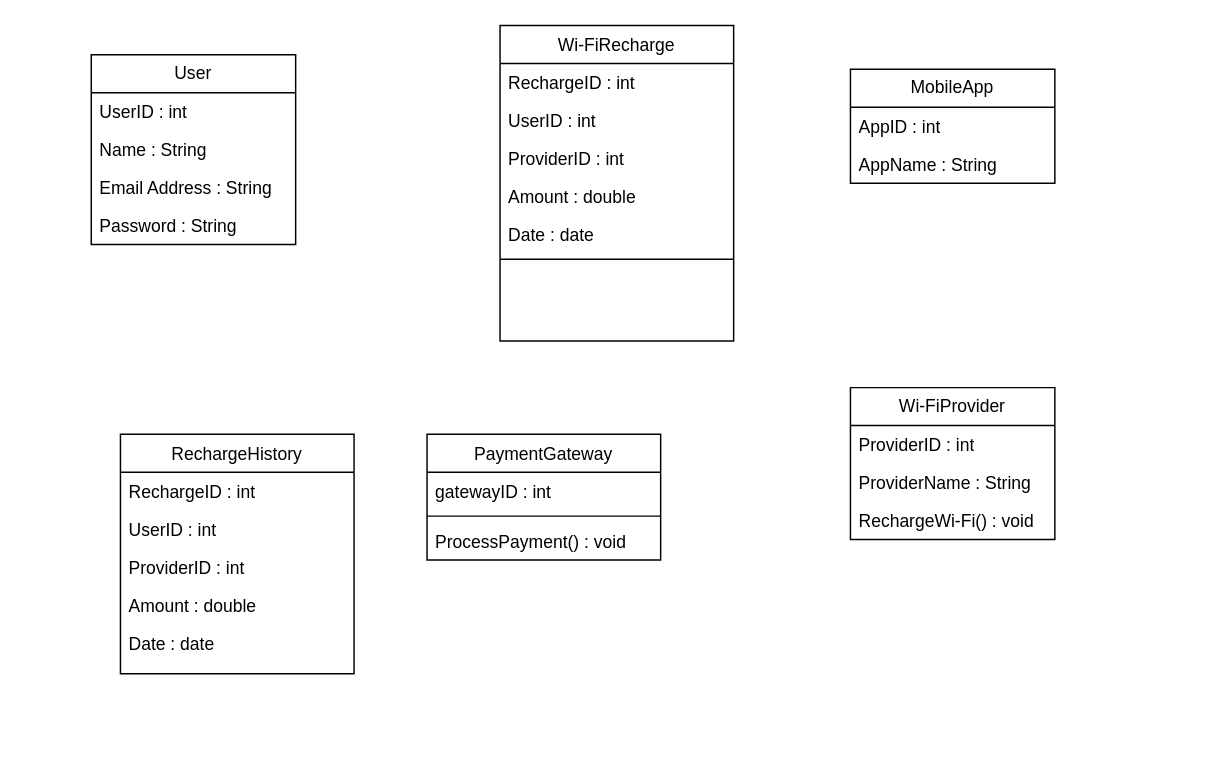
Earlier version of the draw.io diagram Diagramme sans nom.drawio (LeloKarma/website). Source tidied: cells renumbered, new cells numbered last; positions are measured from the earlier drawing's top-left corner, leaving out a move shared by most shapes. Both pictures are drawn from the tidied source at 146%, with x=0, y=0 at pixel (91, 25).
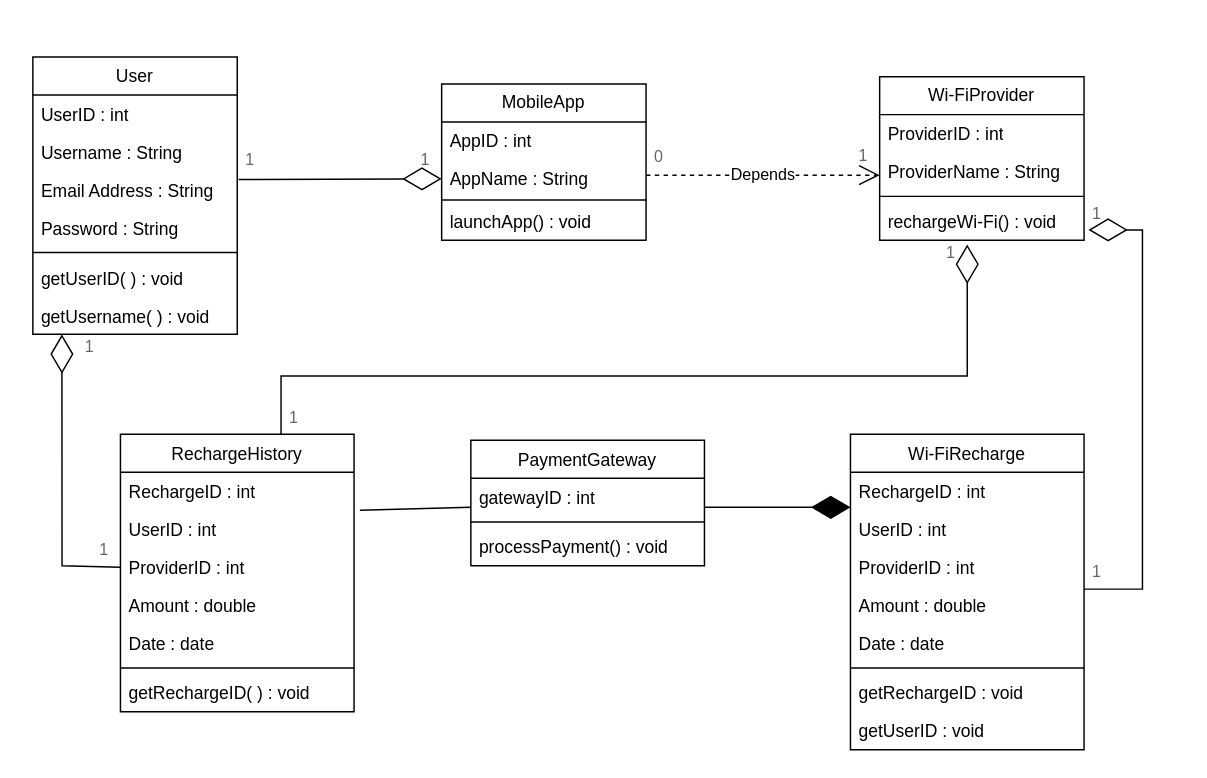
Above is the later version.

The change refers to these unchanged cells:
```xml
<mxCell id="4" value="UserID : int" style="text;align=left;verticalAlign=top;spacingLeft=4;spacingRight=4;overflow=hidden;points=[[0,0.5],[1,0.5]];portConstraint=eastwest;rounded=0;shadow=0;html=0;" parent="2" vertex="1">
  <mxGeometry y="52" width="160" height="26" as="geometry" />
</mxCell>
<mxCell id="5" value="ProviderID : int" style="text;align=left;verticalAlign=top;spacingLeft=4;spacingRight=4;overflow=hidden;points=[[0,0.5],[1,0.5]];portConstraint=eastwest;rounded=0;shadow=0;html=0;" parent="2" vertex="1">
  <mxGeometry y="78" width="160" height="26" as="geometry" />
</mxCell>
<mxCell id="26" value="AppName : String" style="text;strokeColor=none;fillColor=none;align=left;verticalAlign=top;spacingLeft=4;spacingRight=4;overflow=hidden;points=[[0,0.5],[1,0.5]];portConstraint=eastwest;whiteSpace=wrap;html=1;" parent="24" vertex="1">
  <mxGeometry y="52" width="140" height="26" as="geometry" />
</mxCell>
<mxCell id="29" value="ProviderName : String" style="text;strokeColor=none;fillColor=none;align=left;verticalAlign=top;spacingLeft=4;spacingRight=4;overflow=hidden;points=[[0,0.5],[1,0.5]];portConstraint=eastwest;whiteSpace=wrap;html=1;" parent="27" vertex="1">
  <mxGeometry y="52" width="140" height="26" as="geometry" />
</mxCell>
```

Change to the diagram source:
```diff
@@
     <mxCell id="2" value="RechargeHistory" style="swimlane;fontStyle=0;align=center;verticalAlign=top;horizontal=1;startSize=26;rounded=0;shadow=0;strokeWidth=1;" parent="1" vertex="1">
-      <mxGeometry x="20" y="280" width="160" height="164" as="geometry" />
+      <mxGeometry x="20" y="280" width="160" height="190" as="geometry" />
     </mxCell>
@@
+    <mxCell id="31" style="line;strokeWidth=1;fillColor=none;align=left;verticalAlign=middle;spacingTop=-1;spacingLeft=3;spacingRight=3;labelPosition=right;strokeColor=inherit;" parent="2" vertex="1">
+      <mxGeometry y="156" width="160" height="8" as="geometry" />
+    </mxCell>
+    <mxCell id="32" value="getRechargeID( ) : void" style="text;align=left;verticalAlign=top;spacingLeft=4;spacingRight=4;overflow=hidden;rounded=0;shadow=0;html=0;" parent="2" vertex="1">
+      <mxGeometry y="164" width="160" height="26" as="geometry" />
+    </mxCell>
     <mxCell id="8" value="PaymentGateway" style="swimlane;fontStyle=0;align=center;verticalAlign=top;horizontal=1;startSize=26;rounded=0;shadow=0;strokeWidth=1;" parent="1" vertex="1">
-      <mxGeometry x="230" y="280" width="160" height="86" as="geometry" />
+      <mxGeometry x="260" y="284" width="160" height="86" as="geometry" />
     </mxCell>
@@
-    <mxCell id="11" value="ProcessPayment() : void" style="text;align=left;verticalAlign=top;spacingLeft=4;spacingRight=4;overflow=hidden;" parent="8" vertex="1">
+    <mxCell id="11" value="processPayment() : void" style="text;align=left;verticalAlign=top;spacingLeft=4;spacingRight=4;overflow=hidden;" parent="8" vertex="1">
       <mxGeometry y="60" width="160" height="26" as="geometry" />
     </mxCell>
     <mxCell id="12" value="Wi-FiRecharge" style="swimlane;fontStyle=0;align=center;verticalAlign=top;horizontal=1;startSize=26;rounded=0;shadow=0;strokeWidth=1;" parent="1" vertex="1">
-      <mxGeometry x="280" width="160" height="216" as="geometry" />
+      <mxGeometry x="520" y="280" width="160" height="216" as="geometry" />
     </mxCell>
@@
+    <mxCell id="33" value="getRechargeID : void" style="text;align=left;verticalAlign=top;spacingLeft=4;spacingRight=4;overflow=hidden;" parent="12" vertex="1">
+      <mxGeometry y="164" width="160" height="26" as="geometry" />
+    </mxCell>
+    <mxCell id="34" value="getUserID : void" style="text;align=left;verticalAlign=top;spacingLeft=4;spacingRight=4;overflow=hidden;" parent="12" vertex="1">
+      <mxGeometry y="190" width="160" height="26" as="geometry" />
+    </mxCell>
     <mxCell id="19" value="User" style="swimlane;fontStyle=0;horizontal=1;startSize=26;fillColor=none;whiteSpace=wrap;html=1;" parent="1" vertex="1">
-      <mxGeometry y="20" width="140" height="130" as="geometry" />
+      <mxGeometry x="-40" y="21.5" width="140" height="190" as="geometry" />
     </mxCell>
@@
-    <mxCell id="21" value="Name : String" style="text;strokeColor=none;fillColor=none;align=left;verticalAlign=top;spacingLeft=4;spacingRight=4;overflow=hidden;whiteSpace=wrap;html=1;" parent="19" vertex="1">
+    <mxCell id="21" value="Username : String" style="text;strokeColor=none;fillColor=none;align=left;verticalAlign=top;spacingLeft=4;spacingRight=4;overflow=hidden;whiteSpace=wrap;html=1;" parent="19" vertex="1">
       <mxGeometry y="52" width="140" height="26" as="geometry" />
     </mxCell>
@@
+    <mxCell id="35" style="line;strokeWidth=1;fillColor=none;align=left;verticalAlign=middle;spacingTop=-1;spacingLeft=3;spacingRight=3;labelPosition=right;strokeColor=inherit;" parent="19" vertex="1">
+      <mxGeometry y="130" width="140" height="8" as="geometry" />
+    </mxCell>
+    <mxCell id="36" value="getUserID( ) : void" style="text;strokeColor=none;fillColor=none;align=left;verticalAlign=top;spacingLeft=4;spacingRight=4;overflow=hidden;whiteSpace=wrap;html=1;" parent="19" vertex="1">
+      <mxGeometry y="138" width="140" height="26" as="geometry" />
+    </mxCell>
+    <mxCell id="37" value="getUsername( ) : void" style="text;strokeColor=none;fillColor=none;align=left;verticalAlign=top;spacingLeft=4;spacingRight=4;overflow=hidden;whiteSpace=wrap;html=1;" parent="19" vertex="1">
+      <mxGeometry y="164" width="140" height="26" as="geometry" />
+    </mxCell>
     <mxCell id="24" value="MobileApp" style="swimlane;fontStyle=0;horizontal=1;startSize=26;fillColor=none;whiteSpace=wrap;html=1;" parent="1" vertex="1">
-      <mxGeometry x="520" y="30" width="140" height="78" as="geometry" />
+      <mxGeometry x="240" y="40" width="140" height="107" as="geometry" />
     </mxCell>
@@
+    <mxCell id="38" style="line;strokeWidth=1;fillColor=none;align=left;verticalAlign=middle;spacingTop=-1;spacingLeft=3;spacingRight=3;labelPosition=right;strokeColor=inherit;" parent="24" vertex="1">
+      <mxGeometry y="78" width="140" height="3" as="geometry" />
+    </mxCell>
+    <mxCell id="39" value="launchApp() : void" style="text;strokeColor=none;fillColor=none;align=left;verticalAlign=top;spacingLeft=4;spacingRight=4;overflow=hidden;whiteSpace=wrap;html=1;" parent="24" vertex="1">
+      <mxGeometry y="81" width="140" height="26" as="geometry" />
+    </mxCell>
     <mxCell id="27" value="Wi-FiProvider" style="swimlane;fontStyle=0;horizontal=1;startSize=26;fillColor=none;whiteSpace=wrap;html=1;" parent="1" vertex="1">
-      <mxGeometry x="520" y="248" width="140" height="104" as="geometry" />
+      <mxGeometry x="540" y="35" width="140" height="112" as="geometry" />
     </mxCell>
@@
+    <mxCell id="40" style="line;strokeWidth=1;fillColor=none;align=left;verticalAlign=middle;spacingTop=-1;spacingLeft=3;spacingRight=3;labelPosition=right;strokeColor=inherit;" parent="27" vertex="1">
+      <mxGeometry y="78" width="140" height="8" as="geometry" />
+    </mxCell>
-    <mxCell id="30" value="RechargeWi-Fi() : void" style="text;strokeColor=none;fillColor=none;align=left;verticalAlign=top;spacingLeft=4;spacingRight=4;overflow=hidden;whiteSpace=wrap;html=1;" parent="27" vertex="1">
-      <mxGeometry y="78" width="140" height="26" as="geometry" />
+    <mxCell id="30" value="rechargeWi-Fi() : void" style="text;strokeColor=none;fillColor=none;align=left;verticalAlign=top;spacingLeft=4;spacingRight=4;overflow=hidden;whiteSpace=wrap;html=1;" parent="27" vertex="1">
+      <mxGeometry y="86" width="140" height="26" as="geometry" />
     </mxCell>
+    <mxCell id="41" style="endArrow=diamondThin;endFill=0;endSize=24;html=1;rounded=0;entryX=0;entryY=0.5;entryDx=0;entryDy=0;exitX=1.014;exitY=0.827;exitDx=0;exitDy=0;exitPerimeter=0;" parent="1" edge="1" target="26">
+      <mxGeometry relative="1" as="geometry">
+        <mxPoint x="101" y="105.5" as="sourcePoint" />
+      </mxGeometry>
+    </mxCell>
+    <mxCell id="42" value="1" style="strokeWidth=1;shadow=0;dashed=0;align=center;html=1;shape=mxgraph.mockup.text.textBox;fontColor=#666666;align=left;fontSize=11;spacingLeft=4;spacingTop=-3;whiteSpace=wrap;strokeColor=none;mainText=;fillColor=none;" parent="1" vertex="1">
+      <mxGeometry x="100" y="83.5" width="20" height="20" as="geometry" />
+    </mxCell>
+    <mxCell id="43" value="1" style="strokeWidth=1;shadow=0;dashed=0;align=center;html=1;shape=mxgraph.mockup.text.textBox;fontColor=#666666;align=left;fontSize=11;spacingLeft=4;spacingTop=-3;whiteSpace=wrap;strokeColor=none;mainText=;fillColor=none;" parent="1" vertex="1">
+      <mxGeometry x="220" y="83.5" width="20" height="20" as="geometry" />
+    </mxCell>
+    <mxCell id="44" value="Depends" style="endArrow=open;endSize=12;dashed=1;html=1;rounded=0;entryX=0;entryY=0.596;entryDx=0;entryDy=0;entryPerimeter=0;" parent="1" edge="1" target="29">
+      <mxGeometry relative="1" as="geometry">
+        <mxPoint x="380" y="102.5" as="sourcePoint" />
+      </mxGeometry>
+    </mxCell>
+    <mxCell id="45" value="0" style="strokeWidth=1;shadow=0;dashed=0;align=center;html=1;shape=mxgraph.mockup.text.textBox;fontColor=#666666;align=left;fontSize=11;spacingLeft=4;spacingTop=-3;whiteSpace=wrap;strokeColor=none;mainText=;fillColor=none;" parent="1" vertex="1">
+      <mxGeometry x="380" y="81" width="20" height="20" as="geometry" />
+    </mxCell>
+    <mxCell id="46" value="1" style="strokeWidth=1;shadow=0;dashed=0;align=center;html=1;shape=mxgraph.mockup.text.textBox;fontColor=#666666;align=left;fontSize=11;spacingLeft=4;spacingTop=-3;whiteSpace=wrap;strokeColor=none;mainText=;fillColor=none;" parent="1" vertex="1">
+      <mxGeometry x="520" y="80" width="20" height="20" as="geometry" />
+    </mxCell>
+    <mxCell id="47" style="endArrow=diamondThin;endFill=0;endSize=24;html=1;rounded=0;entryX=0.071;entryY=1.327;entryDx=0;entryDy=0;entryPerimeter=0;exitX=0;exitY=0.5;exitDx=0;exitDy=0;" parent="1" edge="1" source="5">
+      <mxGeometry relative="1" as="geometry">
+        <mxPoint x="-20.1" y="211.5" as="targetPoint" />
+        <Array as="points">
+          <mxPoint x="-20" y="370" />
+        </Array>
+      </mxGeometry>
+    </mxCell>
+    <mxCell id="48" value="1" style="strokeWidth=1;shadow=0;dashed=0;align=center;html=1;shape=mxgraph.mockup.text.textBox;fontColor=#666666;align=left;fontSize=11;spacingLeft=4;spacingTop=-3;whiteSpace=wrap;strokeColor=none;mainText=;fillColor=none;" parent="1" vertex="1">
+      <mxGeometry x="-10" y="211.5" width="20" height="20" as="geometry" />
+    </mxCell>
+    <mxCell id="49" value="1" style="strokeWidth=1;shadow=0;dashed=0;align=center;html=1;shape=mxgraph.mockup.text.textBox;fontColor=#666666;align=left;fontSize=11;spacingLeft=4;spacingTop=-3;whiteSpace=wrap;strokeColor=none;mainText=;fillColor=none;" parent="1" vertex="1">
+      <mxGeometry y="350" width="20" height="20" as="geometry" />
+    </mxCell>
+    <mxCell id="50" style="endArrow=diamondThin;endFill=0;endSize=24;html=1;rounded=0;" parent="1" edge="1">
+      <mxGeometry relative="1" as="geometry">
+        <mxPoint x="680" y="386" as="sourcePoint" />
+        <mxPoint x="683" y="140" as="targetPoint" />
+        <Array as="points">
+          <mxPoint x="720" y="386" />
+          <mxPoint x="720" y="140" />
+        </Array>
+      </mxGeometry>
+    </mxCell>
+    <mxCell id="51" value="1" style="strokeWidth=1;shadow=0;dashed=0;align=center;html=1;shape=mxgraph.mockup.text.textBox;fontColor=#666666;align=left;fontSize=11;spacingLeft=4;spacingTop=-3;whiteSpace=wrap;strokeColor=none;mainText=;fillColor=none;" parent="1" vertex="1">
+      <mxGeometry x="680" y="365" width="20" height="20" as="geometry" />
+    </mxCell>
+    <mxCell id="52" value="1" style="strokeWidth=1;shadow=0;dashed=0;align=center;html=1;shape=mxgraph.mockup.text.textBox;fontColor=#666666;align=left;fontSize=11;spacingLeft=4;spacingTop=-3;whiteSpace=wrap;strokeColor=none;mainText=;fillColor=none;" parent="1" vertex="1">
+      <mxGeometry x="680" y="120" width="20" height="20" as="geometry" />
+    </mxCell>
+    <mxCell id="53" style="endArrow=diamondThin;endFill=1;endSize=24;html=1;rounded=0;" parent="1" edge="1">
+      <mxGeometry relative="1" as="geometry">
+        <mxPoint x="420" y="330" as="sourcePoint" />
+        <mxPoint x="520" y="330" as="targetPoint" />
+      </mxGeometry>
+    </mxCell>
+    <mxCell id="54" style="endArrow=diamondThin;endFill=0;endSize=24;html=1;rounded=0;exitX=0;exitY=1;exitDx=0;exitDy=0;exitPerimeter=0;" parent="1" edge="1" source="55">
+      <mxGeometry relative="1" as="geometry">
+        <mxPoint x="600" y="150" as="targetPoint" />
+        <Array as="points">
+          <mxPoint x="130" y="240" />
+          <mxPoint x="600" y="240" />
+        </Array>
+      </mxGeometry>
+    </mxCell>
+    <mxCell id="55" value="1" style="strokeWidth=1;shadow=0;dashed=0;align=center;html=1;shape=mxgraph.mockup.text.textBox;fontColor=#666666;align=left;fontSize=11;spacingLeft=4;spacingTop=-3;whiteSpace=wrap;strokeColor=none;mainText=;fillColor=none;" parent="1" vertex="1">
+      <mxGeometry x="130" y="260" width="20" height="20" as="geometry" />
+    </mxCell>
+    <mxCell id="56" value="1" style="strokeWidth=1;shadow=0;dashed=0;align=center;html=1;shape=mxgraph.mockup.text.textBox;fontColor=#666666;align=left;fontSize=11;spacingLeft=4;spacingTop=-3;whiteSpace=wrap;strokeColor=none;mainText=;fillColor=none;" parent="1" vertex="1">
+      <mxGeometry x="580" y="147" width="20" height="20" as="geometry" />
+    </mxCell>
+    <mxCell id="57" style="endArrow=none;html=1;rounded=0;exitX=1.025;exitY=0;exitDx=0;exitDy=0;exitPerimeter=0;" parent="1" edge="1" source="4">
+      <mxGeometry relative="1" as="geometry">
+        <mxPoint x="260" y="330" as="targetPoint" />
+      </mxGeometry>
+    </mxCell>
```
